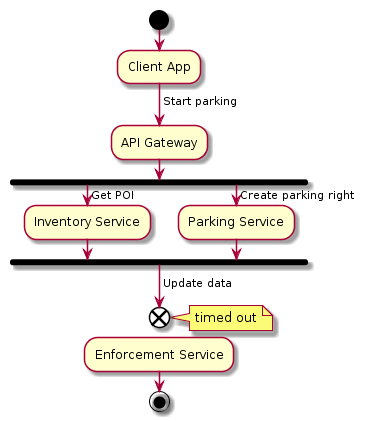
This is src/pages/microservice-timeout/images/uml.overview.png from forenablers/forenablers.github.io, a PlantUML export, as it was before one commit.
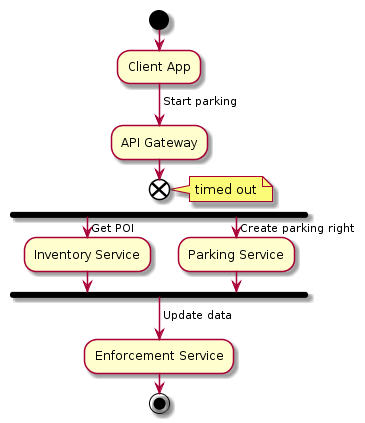
After the commit.

Commit message:
added blog post about timeout and cancellation (not finished)

Change to the diagram source:
```diff
@@ -5,6 +5,10 @@
 -> Start parking;
 
 :API Gateway;
+     end
+    note right
+    timed out
+    end note
 
 fork
     -> Get POI;
@@ -15,10 +19,6 @@
   end fork
 
  -> Update data;
-     end
-    note right
-    timed out
-    end note
 :Enforcement Service;
 
 stop
```
